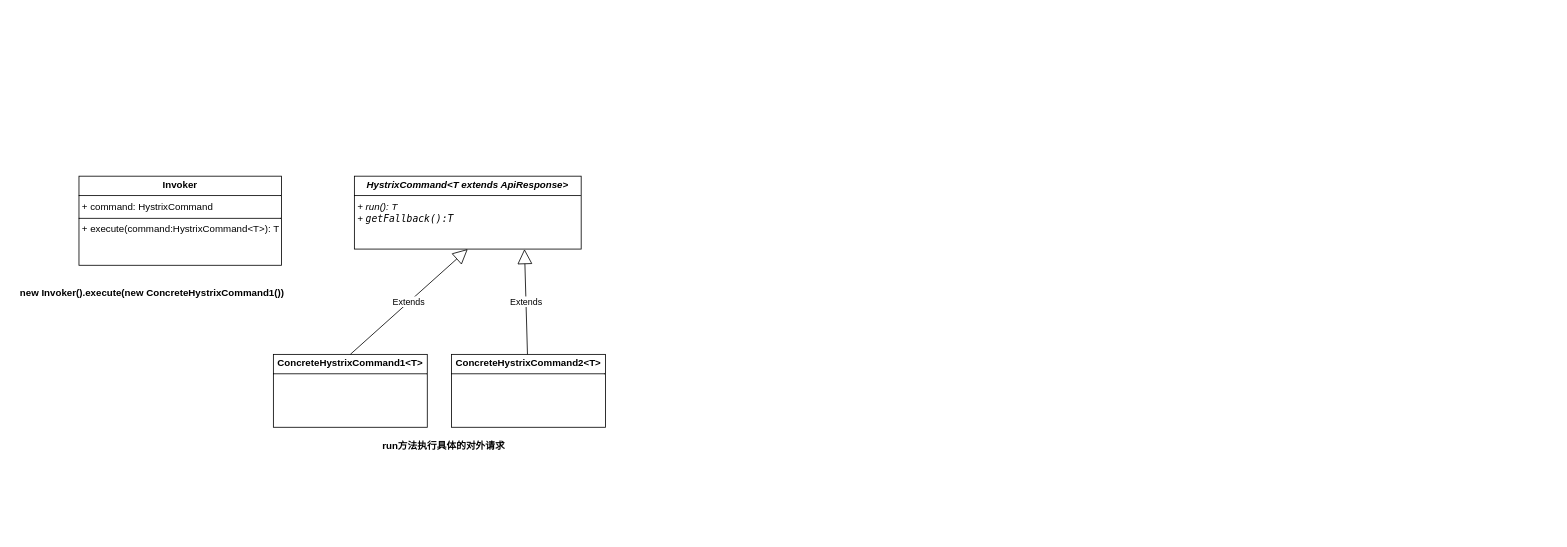
Before: command.drawio in Holyangelmom/test, a draw.io diagram. Source tidied: cells renumbered, new cells numbered last; positions are measured from the earlier drawing's top-left corner, leaving out a move shared by most shapes. Both pictures are drawn from the tidied source at 81%, with x=0, y=0 at pixel (14, 176).
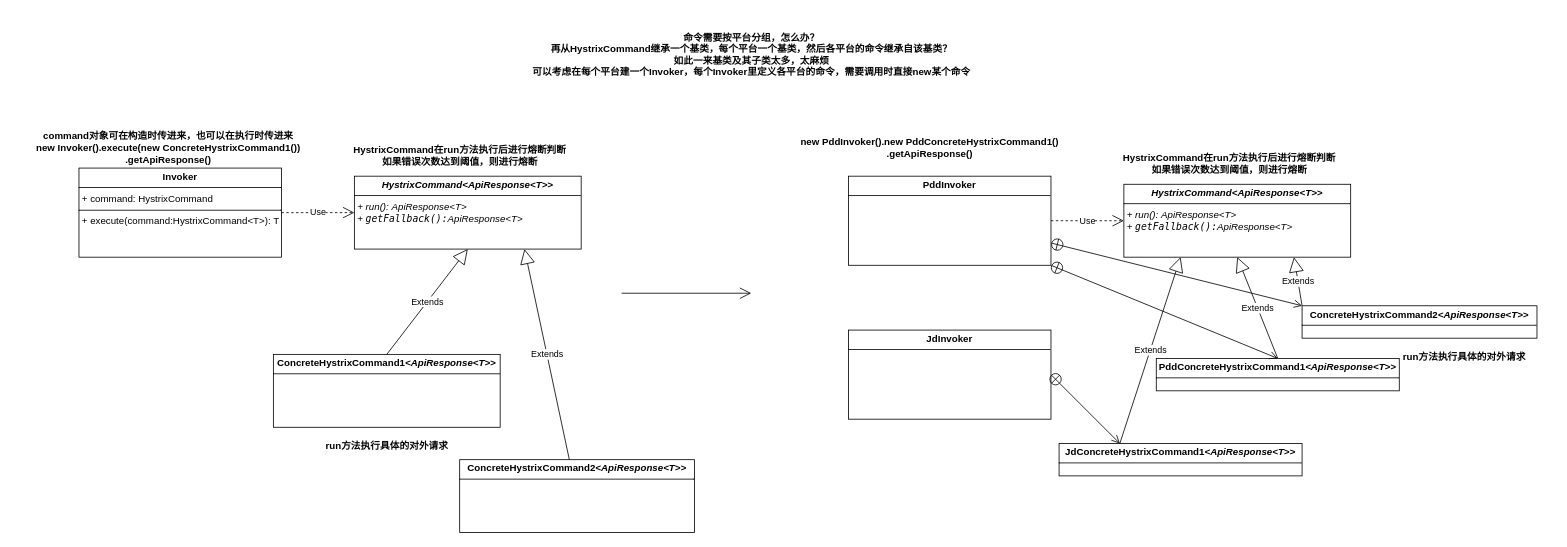
After the change.

The edit, as a diff of the source:
```diff
@@
     <mxCell id="2" value="&lt;p style=&quot;margin:0px;margin-top:4px;text-align:center;&quot;&gt;&lt;b&gt;Invoker&lt;/b&gt;&lt;/p&gt;&lt;hr size=&quot;1&quot; style=&quot;border-style:solid;&quot;&gt;&lt;p style=&quot;margin:0px;margin-left:4px;&quot;&gt;+ command:&amp;nbsp;&lt;span style=&quot;background-color: initial; text-align: center;&quot;&gt;HystrixCommand&lt;/span&gt;&lt;/p&gt;&lt;hr size=&quot;1&quot; style=&quot;border-style:solid;&quot;&gt;&lt;p style=&quot;margin:0px;margin-left:4px;&quot;&gt;+ execute(&lt;span style=&quot;background-color: initial;&quot;&gt;command:&lt;/span&gt;&lt;span style=&quot;background-color: initial; text-align: center;&quot;&gt;HystrixCommand&amp;lt;T&amp;gt;&lt;/span&gt;&lt;span style=&quot;background-color: initial;&quot;&gt;): T&lt;/span&gt;&lt;/p&gt;" style="verticalAlign=top;align=left;overflow=fill;html=1;whiteSpace=wrap;" parent="1" vertex="1">
-      <mxGeometry x="80" width="250" height="110" as="geometry" />
+      <mxGeometry x="80" y="-10" width="250" height="110" as="geometry" />
     </mxCell>
-    <mxCell id="3" value="&lt;p style=&quot;margin:0px;margin-top:4px;text-align:center;&quot;&gt;&lt;b&gt;&lt;i&gt;HystrixCommand&amp;lt;T extends ApiResponse&amp;gt;&lt;/i&gt;&lt;/b&gt;&lt;/p&gt;&lt;hr size=&quot;1&quot; style=&quot;border-style:solid;&quot;&gt;&lt;p style=&quot;margin:0px;margin-left:4px;&quot;&gt;&lt;i&gt;+ run(): T&lt;/i&gt;&lt;br&gt;&lt;/p&gt;&lt;p style=&quot;margin:0px;margin-left:4px;&quot;&gt;&lt;i&gt;+&amp;nbsp;&lt;span style=&quot;background-color: rgb(255, 255, 255); font-family: Menlo; font-size: 9pt;&quot;&gt;getFallback():T&lt;/span&gt;&lt;/i&gt;&lt;/p&gt;" style="verticalAlign=top;align=left;overflow=fill;html=1;whiteSpace=wrap;" parent="1" vertex="1">
+    <mxCell id="3" value="&lt;p style=&quot;margin:0px;margin-top:4px;text-align:center;&quot;&gt;&lt;b&gt;&lt;i&gt;HystrixCommand&amp;lt;ApiResponse&amp;lt;T&amp;gt;&amp;gt;&lt;/i&gt;&lt;/b&gt;&lt;/p&gt;&lt;hr size=&quot;1&quot; style=&quot;border-style:solid;&quot;&gt;&lt;p style=&quot;margin:0px;margin-left:4px;&quot;&gt;&lt;i&gt;+ run():&amp;nbsp;&lt;/i&gt;&lt;span style=&quot;background-color: initial; text-align: center;&quot;&gt;&lt;i&gt;ApiResponse&amp;lt;T&amp;gt;&lt;/i&gt;&lt;/span&gt;&lt;br&gt;&lt;/p&gt;&lt;p style=&quot;margin:0px;margin-left:4px;&quot;&gt;&lt;i&gt;+&amp;nbsp;&lt;span style=&quot;background-color: rgb(255, 255, 255); font-family: Menlo; font-size: 9pt;&quot;&gt;getFallback():&lt;/span&gt;&lt;/i&gt;&lt;i style=&quot;background-color: initial; text-align: center;&quot;&gt;ApiResponse&amp;lt;T&amp;gt;&lt;/i&gt;&lt;/p&gt;" style="verticalAlign=top;align=left;overflow=fill;html=1;whiteSpace=wrap;" parent="1" vertex="1">
       <mxGeometry x="420" width="280" height="90" as="geometry" />
     </mxCell>
-    <mxCell id="4" value="&lt;p style=&quot;margin:0px;margin-top:4px;text-align:center;&quot;&gt;&lt;b&gt;ConcreteHystrixCommand1&amp;lt;T&amp;gt;&lt;/b&gt;&lt;/p&gt;&lt;hr size=&quot;1&quot; style=&quot;border-style:solid;&quot;&gt;&lt;p style=&quot;margin:0px;margin-left:4px;&quot;&gt;&lt;br&gt;&lt;/p&gt;" style="verticalAlign=top;align=left;overflow=fill;html=1;whiteSpace=wrap;" parent="1" vertex="1">
-      <mxGeometry x="320" y="220" width="190" height="90" as="geometry" />
+    <mxCell id="4" value="&lt;p style=&quot;margin:0px;margin-top:4px;text-align:center;&quot;&gt;&lt;b&gt;ConcreteHystrixCommand1&lt;/b&gt;&lt;b style=&quot;background-color: initial;&quot;&gt;&lt;i&gt;&amp;lt;ApiResponse&amp;lt;T&amp;gt;&amp;gt;&lt;/i&gt;&lt;/b&gt;&lt;/p&gt;&lt;hr size=&quot;1&quot; style=&quot;border-style:solid;&quot;&gt;&lt;p style=&quot;margin:0px;margin-left:4px;&quot;&gt;&lt;br&gt;&lt;/p&gt;" style="verticalAlign=top;align=left;overflow=fill;html=1;whiteSpace=wrap;" parent="1" vertex="1">
+      <mxGeometry x="320" y="220" width="280" height="90" as="geometry" />
     </mxCell>
@@
-    <mxCell id="6" value="&lt;p style=&quot;margin:0px;margin-top:4px;text-align:center;&quot;&gt;&lt;b&gt;ConcreteHystrixCommand2&amp;lt;T&amp;gt;&lt;/b&gt;&lt;/p&gt;&lt;hr size=&quot;1&quot; style=&quot;border-style:solid;&quot;&gt;&lt;p style=&quot;margin:0px;margin-left:4px;&quot;&gt;&lt;br&gt;&lt;/p&gt;" style="verticalAlign=top;align=left;overflow=fill;html=1;whiteSpace=wrap;" parent="1" vertex="1">
-      <mxGeometry x="540" y="220" width="190" height="90" as="geometry" />
+    <mxCell id="6" value="&lt;p style=&quot;margin:0px;margin-top:4px;text-align:center;&quot;&gt;&lt;b&gt;ConcreteHystrixCommand2&lt;/b&gt;&lt;b style=&quot;background-color: initial;&quot;&gt;&lt;i&gt;&amp;lt;ApiResponse&amp;lt;T&amp;gt;&amp;gt;&lt;/i&gt;&lt;/b&gt;&lt;/p&gt;&lt;hr size=&quot;1&quot; style=&quot;border-style:solid;&quot;&gt;&lt;p style=&quot;margin:0px;margin-left:4px;&quot;&gt;&lt;br&gt;&lt;/p&gt;" style="verticalAlign=top;align=left;overflow=fill;html=1;whiteSpace=wrap;" parent="1" vertex="1">
+      <mxGeometry x="550" y="350" width="290" height="90" as="geometry" />
     </mxCell>
@@
     <mxCell id="8" value="run方法执行具体的对外请求" style="text;align=center;fontStyle=1;verticalAlign=middle;spacingLeft=3;spacingRight=3;strokeColor=none;html=1;" parent="1" vertex="1">
-      <mxGeometry x="490" y="320" width="80" height="26" as="geometry" />
+      <mxGeometry x="420" y="320" width="80" height="26" as="geometry" />
     </mxCell>
-    <mxCell id="9" value="new Invoker().execute(new&amp;nbsp;&lt;b style=&quot;text-wrap: wrap;&quot;&gt;ConcreteHystrixCommand1()&lt;/b&gt;)" style="text;align=center;fontStyle=1;verticalAlign=middle;spacingLeft=3;spacingRight=3;strokeColor=none;html=1;" parent="1" vertex="1">
-      <mxGeometry y="130" width="340" height="30" as="geometry" />
+    <mxCell id="9" value="command对象可在构造时传进来，也可以在执行时传进来&lt;br&gt;new Invoker().execute(new&amp;nbsp;&lt;b style=&quot;text-wrap: wrap;&quot;&gt;ConcreteHystrixCommand1()&lt;/b&gt;)&lt;div&gt;.getApiResponse()&lt;/div&gt;" style="text;align=center;fontStyle=1;verticalAlign=middle;spacingLeft=3;spacingRight=3;strokeColor=none;html=1;" parent="1" vertex="1">
+      <mxGeometry x="20" y="-50" width="340" height="30" as="geometry" />
     </mxCell>
+    <mxCell id="10" value="Use" style="endArrow=open;endSize=12;dashed=1;html=1;rounded=0;entryX=0;entryY=0.5;entryDx=0;entryDy=0;exitX=1;exitY=0.5;exitDx=0;exitDy=0;" parent="1" edge="1" source="2" target="3">
+      <mxGeometry relative="1" as="geometry" />
+    </mxCell>
+    <mxCell id="11" value="命令需要按平台分组，怎么办？&lt;div&gt;再从HystrixCommand继承一个基类，每个平台一个基类，然后各平台的命令继承自该基类？&lt;/div&gt;&lt;div&gt;如此一来基类及其子类太多，太麻烦&lt;/div&gt;&lt;div&gt;可以考虑在每个平台建一个Invoker，每个Invoker里定义各平台的命令，需要调用时直接new某个命令&lt;/div&gt;" style="text;align=center;fontStyle=1;verticalAlign=middle;spacingLeft=3;spacingRight=3;strokeColor=none;html=1;" parent="1" vertex="1">
+      <mxGeometry x="630" y="-200" width="560" height="100" as="geometry" />
+    </mxCell>
+    <mxCell id="12" value="&lt;p style=&quot;margin:0px;margin-top:4px;text-align:center;&quot;&gt;&lt;b&gt;PddInvoker&lt;/b&gt;&lt;/p&gt;&lt;hr size=&quot;1&quot; style=&quot;border-style:solid;&quot;&gt;&lt;p style=&quot;margin:0px;margin-left:4px;&quot;&gt;&lt;br&gt;&lt;/p&gt;" style="verticalAlign=top;align=left;overflow=fill;html=1;whiteSpace=wrap;" parent="1" vertex="1">
+      <mxGeometry x="1030" width="250" height="110" as="geometry" />
+    </mxCell>
+    <mxCell id="13" value="&lt;p style=&quot;margin:0px;margin-top:4px;text-align:center;&quot;&gt;&lt;b&gt;&lt;i&gt;HystrixCommand&amp;lt;ApiResponse&amp;lt;T&amp;gt;&amp;gt;&lt;/i&gt;&lt;/b&gt;&lt;/p&gt;&lt;hr size=&quot;1&quot; style=&quot;border-style:solid;&quot;&gt;&lt;p style=&quot;margin:0px;margin-left:4px;&quot;&gt;&lt;i&gt;+ run():&amp;nbsp;&lt;/i&gt;&lt;span style=&quot;background-color: initial; text-align: center;&quot;&gt;&lt;i&gt;ApiResponse&amp;lt;T&amp;gt;&lt;/i&gt;&lt;/span&gt;&lt;br&gt;&lt;/p&gt;&lt;p style=&quot;margin:0px;margin-left:4px;&quot;&gt;&lt;i&gt;+&amp;nbsp;&lt;span style=&quot;background-color: rgb(255, 255, 255); font-family: Menlo; font-size: 9pt;&quot;&gt;getFallback():&lt;/span&gt;&lt;/i&gt;&lt;i style=&quot;background-color: initial; text-align: center;&quot;&gt;ApiResponse&amp;lt;T&amp;gt;&lt;/i&gt;&lt;/p&gt;" style="verticalAlign=top;align=left;overflow=fill;html=1;whiteSpace=wrap;" parent="1" vertex="1">
+      <mxGeometry x="1370" y="10" width="280" height="90" as="geometry" />
+    </mxCell>
+    <mxCell id="14" value="&lt;p style=&quot;margin:0px;margin-top:4px;text-align:center;&quot;&gt;&lt;b&gt;PddConcreteHystrixCommand1&lt;/b&gt;&lt;b style=&quot;background-color: initial;&quot;&gt;&lt;i&gt;&amp;lt;ApiResponse&amp;lt;T&amp;gt;&amp;gt;&lt;/i&gt;&lt;/b&gt;&lt;/p&gt;&lt;hr size=&quot;1&quot; style=&quot;border-style:solid;&quot;&gt;&lt;p style=&quot;margin:0px;margin-left:4px;&quot;&gt;&lt;br&gt;&lt;/p&gt;" style="verticalAlign=top;align=left;overflow=fill;html=1;whiteSpace=wrap;" parent="1" vertex="1">
+      <mxGeometry x="1410" y="225" width="300" height="40" as="geometry" />
+    </mxCell>
+    <mxCell id="15" value="Extends" style="endArrow=block;endSize=16;endFill=0;html=1;rounded=0;entryX=0.5;entryY=1;entryDx=0;entryDy=0;exitX=0.5;exitY=0;exitDx=0;exitDy=0;" parent="1" edge="1" source="14" target="13">
+      <mxGeometry relative="1" as="geometry" />
+    </mxCell>
+    <mxCell id="16" value="&lt;p style=&quot;margin:0px;margin-top:4px;text-align:center;&quot;&gt;&lt;b&gt;ConcreteHystrixCommand2&lt;/b&gt;&lt;b style=&quot;background-color: initial;&quot;&gt;&lt;i&gt;&amp;lt;ApiResponse&amp;lt;T&amp;gt;&amp;gt;&lt;/i&gt;&lt;/b&gt;&lt;/p&gt;&lt;hr size=&quot;1&quot; style=&quot;border-style:solid;&quot;&gt;&lt;p style=&quot;margin:0px;margin-left:4px;&quot;&gt;&lt;br&gt;&lt;/p&gt;" style="verticalAlign=top;align=left;overflow=fill;html=1;whiteSpace=wrap;" parent="1" vertex="1">
+      <mxGeometry x="1590" y="160" width="290" height="40" as="geometry" />
+    </mxCell>
+    <mxCell id="17" value="Extends" style="endArrow=block;endSize=16;endFill=0;html=1;rounded=0;entryX=0.75;entryY=1;entryDx=0;entryDy=0;exitX=0;exitY=0;exitDx=0;exitDy=0;" parent="1" edge="1" source="16" target="13">
+      <mxGeometry relative="1" as="geometry" />
+    </mxCell>
+    <mxCell id="18" value="run方法执行具体的对外请求" style="text;align=center;fontStyle=1;verticalAlign=middle;spacingLeft=3;spacingRight=3;strokeColor=none;html=1;" parent="1" vertex="1">
+      <mxGeometry x="1680" y="210" width="220" height="26" as="geometry" />
+    </mxCell>
+    <mxCell id="19" value="new PddInvoker().new Pdd&lt;b style=&quot;text-wrap: wrap;&quot;&gt;ConcreteHystrixCommand1()&lt;/b&gt;&lt;div&gt;.getApiResponse()&lt;/div&gt;" style="text;align=center;fontStyle=1;verticalAlign=middle;spacingLeft=3;spacingRight=3;strokeColor=none;html=1;" parent="1" vertex="1">
+      <mxGeometry x="960" y="-50" width="340" height="30" as="geometry" />
+    </mxCell>
+    <mxCell id="20" value="Use" style="endArrow=open;endSize=12;dashed=1;html=1;rounded=0;entryX=0;entryY=0.5;entryDx=0;entryDy=0;exitX=1;exitY=0.5;exitDx=0;exitDy=0;" parent="1" edge="1" source="12" target="13">
+      <mxGeometry relative="1" as="geometry" />
+    </mxCell>
+    <mxCell id="21" style="endArrow=open;endFill=1;endSize=12;html=1;rounded=0;" parent="1" edge="1">
+      <mxGeometry relative="1" as="geometry">
+        <mxPoint x="750" y="144.5" as="sourcePoint" />
+        <mxPoint x="910" y="144.5" as="targetPoint" />
+      </mxGeometry>
+    </mxCell>
+    <mxCell id="22" style="endArrow=open;startArrow=circlePlus;endFill=0;startFill=0;endSize=8;html=1;rounded=0;exitX=1;exitY=1;exitDx=0;exitDy=0;entryX=0.5;entryY=0;entryDx=0;entryDy=0;" parent="1" edge="1" source="12" target="14">
+      <mxGeometry relative="1" as="geometry" />
+    </mxCell>
+    <mxCell id="23" style="endArrow=open;startArrow=circlePlus;endFill=0;startFill=0;endSize=8;html=1;rounded=0;exitX=1;exitY=0.75;exitDx=0;exitDy=0;entryX=0;entryY=0;entryDx=0;entryDy=0;" parent="1" edge="1" source="12" target="16">
+      <mxGeometry relative="1" as="geometry" />
+    </mxCell>
+    <mxCell id="24" value="HystrixCommand在run方法执行后进行熔断判断&lt;div&gt;如果错误次数达到阈值，则进行熔断&lt;/div&gt;" style="text;align=center;fontStyle=1;verticalAlign=middle;spacingLeft=3;spacingRight=3;strokeColor=none;html=1;" parent="1" vertex="1">
+      <mxGeometry x="1390" y="-30" width="220" height="30" as="geometry" />
+    </mxCell>
+    <mxCell id="25" value="HystrixCommand在run方法执行后进行熔断判断&lt;div&gt;如果错误次数达到阈值，则进行熔断&lt;/div&gt;" style="text;align=center;fontStyle=1;verticalAlign=middle;spacingLeft=3;spacingRight=3;strokeColor=none;html=1;" parent="1" vertex="1">
+      <mxGeometry x="440" y="-40" width="220" height="30" as="geometry" />
+    </mxCell>
+    <mxCell id="26" value="&lt;p style=&quot;margin:0px;margin-top:4px;text-align:center;&quot;&gt;&lt;b&gt;JdInvoker&lt;/b&gt;&lt;/p&gt;&lt;hr size=&quot;1&quot; style=&quot;border-style:solid;&quot;&gt;&lt;p style=&quot;margin:0px;margin-left:4px;&quot;&gt;&lt;br&gt;&lt;/p&gt;" style="verticalAlign=top;align=left;overflow=fill;html=1;whiteSpace=wrap;" parent="1" vertex="1">
+      <mxGeometry x="1030" y="190" width="250" height="110" as="geometry" />
+    </mxCell>
+    <mxCell id="27" value="&lt;p style=&quot;margin:0px;margin-top:4px;text-align:center;&quot;&gt;&lt;b&gt;JdConcreteHystrixCommand1&lt;/b&gt;&lt;b style=&quot;background-color: initial;&quot;&gt;&lt;i&gt;&amp;lt;ApiResponse&amp;lt;T&amp;gt;&amp;gt;&lt;/i&gt;&lt;/b&gt;&lt;/p&gt;&lt;hr size=&quot;1&quot; style=&quot;border-style:solid;&quot;&gt;&lt;p style=&quot;margin:0px;margin-left:4px;&quot;&gt;&lt;br&gt;&lt;/p&gt;" style="verticalAlign=top;align=left;overflow=fill;html=1;whiteSpace=wrap;" parent="1" vertex="1">
+      <mxGeometry x="1290" y="330" width="300" height="40" as="geometry" />
+    </mxCell>
+    <mxCell id="28" value="Extends" style="endArrow=block;endSize=16;endFill=0;html=1;rounded=0;entryX=0.25;entryY=1;entryDx=0;entryDy=0;exitX=0.25;exitY=0;exitDx=0;exitDy=0;" parent="1" edge="1" source="27" target="13">
+      <mxGeometry relative="1" as="geometry" />
+    </mxCell>
+    <mxCell id="29" style="endArrow=open;startArrow=circlePlus;endFill=0;startFill=0;endSize=8;html=1;rounded=0;exitX=1;exitY=0.5;exitDx=0;exitDy=0;entryX=0.25;entryY=0;entryDx=0;entryDy=0;" parent="1" edge="1" source="26" target="27">
+      <mxGeometry relative="1" as="geometry" />
+    </mxCell>
```
